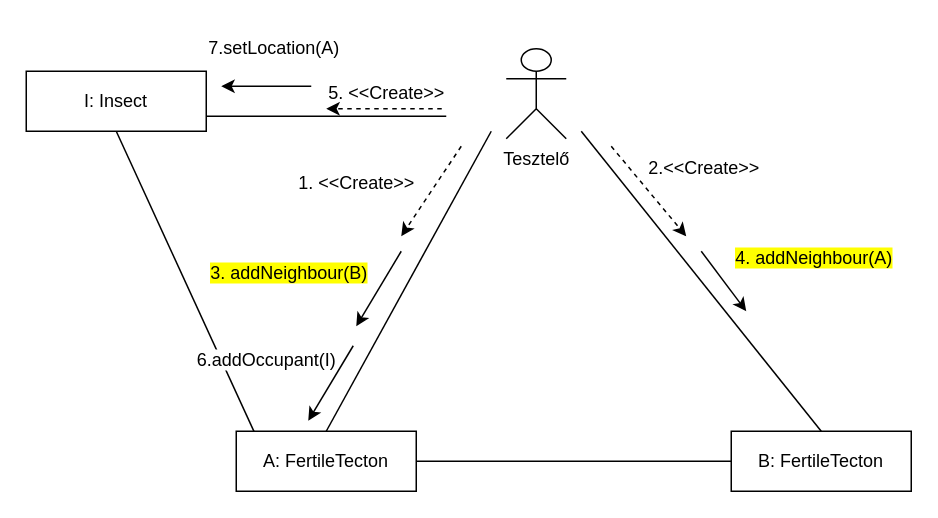
Earlier version of the draw.io diagram page "MoveNoMycKomm" (5 of 17) of 5_szkeleton_terv/BJ Komm&Seq .drawio (koharzsombor/bandITs). Source tidied: cells renumbered, new cells numbered last; positions are measured from the earlier drawing's top-left corner, leaving out a move shared by most shapes. Both pictures are drawn from the tidied source at 150%, with x=0, y=0 at pixel (26, 26).
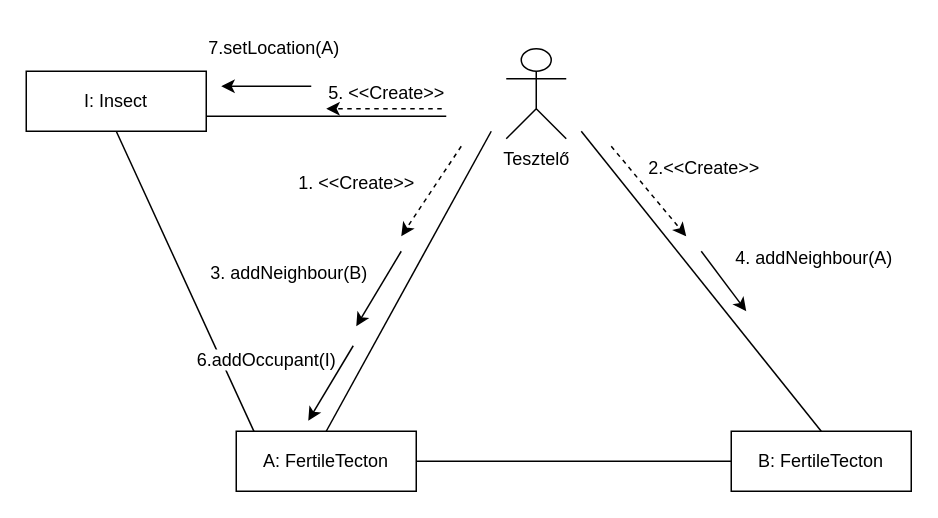
The same page after the edit.

The edit, as a diff of the source:
```diff
@@
-    <mxCell id="10" value="&lt;span style=&quot;background-color: light-dark(rgb(255, 255, 0), rgb(31, 31, 0));&quot;&gt;3. addNeighbour(B)&lt;/span&gt;" style="text;html=1;align=center;verticalAlign=middle;strokeColor=none;fillColor=none;" parent="1" vertex="1">
+    <mxCell id="10" value="&lt;span style=&quot;&quot;&gt;3. addNeighbour(B)&lt;/span&gt;" style="text;html=1;align=center;verticalAlign=middle;strokeColor=none;fillColor=none;labelBackgroundColor=default;" parent="1" vertex="1">
       <mxGeometry x="110" y="150" width="130" height="30" as="geometry" />
     </mxCell>
@@
-    <mxCell id="14" value="&lt;span style=&quot;background-color: light-dark(rgb(255, 255, 0), rgb(237, 237, 237));&quot;&gt;4. addNeighbour(A)&lt;/span&gt;" style="text;html=1;align=center;verticalAlign=middle;strokeColor=none;fillColor=none;" parent="1" vertex="1">
+    <mxCell id="14" value="&lt;span style=&quot;&quot;&gt;4. addNeighbour(A)&lt;/span&gt;" style="text;html=1;align=center;verticalAlign=middle;strokeColor=none;fillColor=none;labelBackgroundColor=default;" parent="1" vertex="1">
       <mxGeometry x="460" y="140" width="130" height="30" as="geometry" />
     </mxCell>
```
